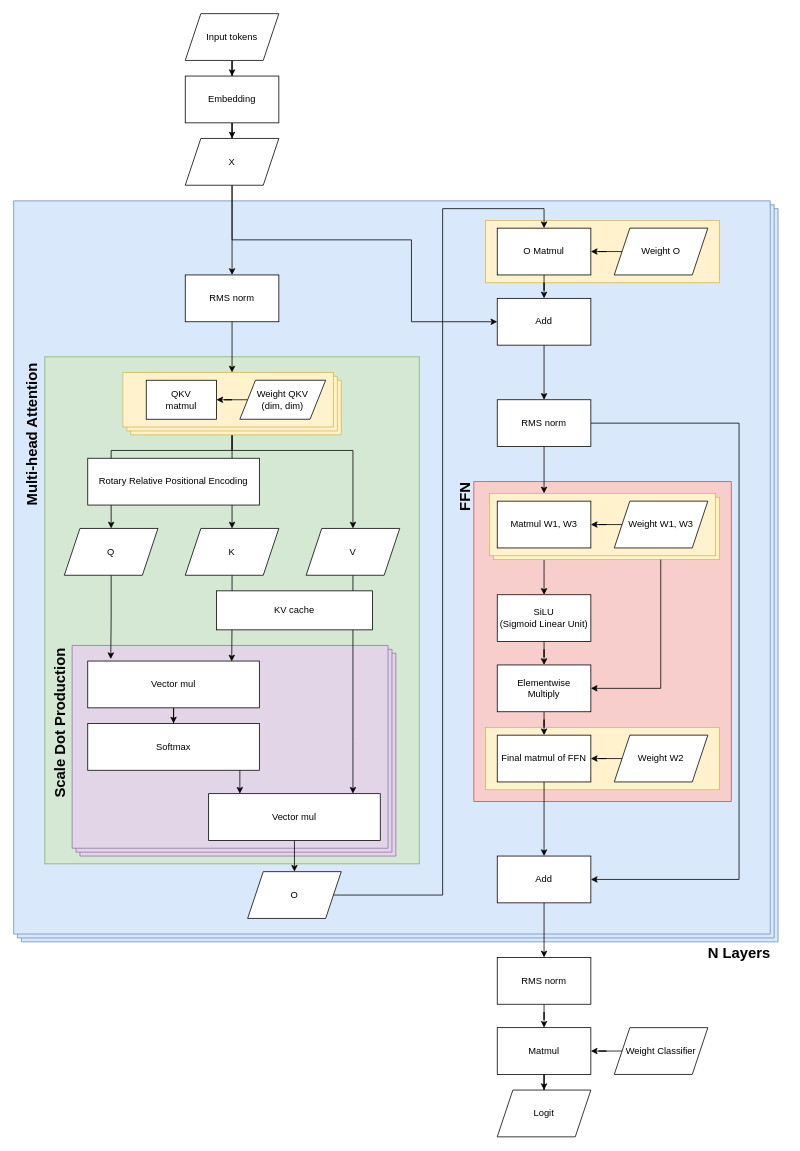
This is page "Page-1" (1 of 2) of llama2.c.drawio from yw9865/drawio, a draw.io file, before an edit. Source tidied: cells renumbered, new cells numbered last; positions are measured from the earlier drawing's top-left corner, leaving out a move shared by most shapes. Both pictures are drawn from the tidied source at 78%, with x=0, y=0 at pixel (-49, 13).
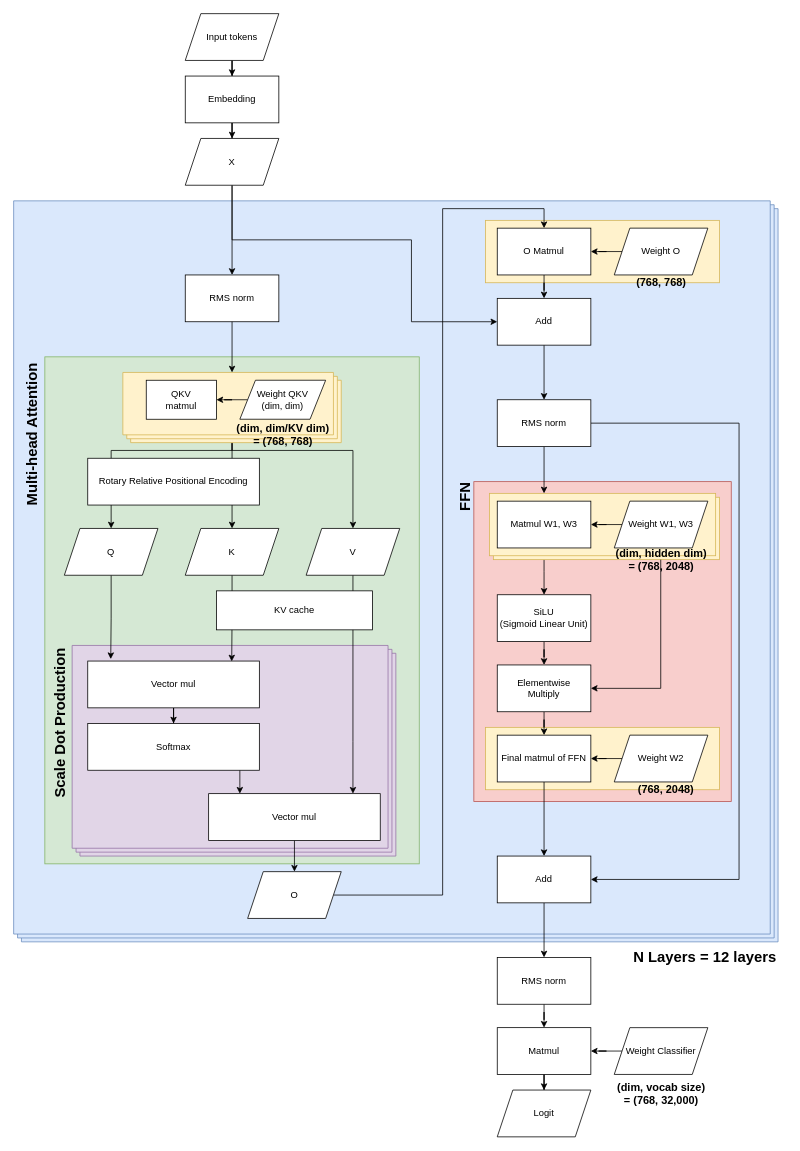
Above is the later version.

Commit message:
llama2.c: Add matrices dimensions

Change to the diagram source:
```diff
@@
     <mxCell id="22" style="verticalLabelPosition=middle;verticalAlign=middle;html=1;shape=mxgraph.basic.layered_rect;dx=10;outlineConnect=0;whiteSpace=wrap;horizontal=1;labelPosition=center;align=center;fillColor=#fff2cc;strokeColor=#d6b656;" parent="1" vertex="1">
-      <mxGeometry x="220" y="460" width="280" height="80" as="geometry" />
+      <mxGeometry x="220" y="460" width="280" height="90" as="geometry" />
     </mxCell>
@@
-    <mxCell id="73" value="&lt;font size=&quot;1&quot; style=&quot;&quot;&gt;&lt;b style=&quot;font-size: 19px;&quot;&gt;N Layers&lt;/b&gt;&lt;/font&gt;" style="text;html=1;align=center;verticalAlign=middle;strokeColor=none;fillColor=none;" parent="1" vertex="1">
-      <mxGeometry x="960" y="1185" width="100" height="40" as="geometry" />
+    <mxCell id="73" value="&lt;font size=&quot;1&quot; style=&quot;&quot;&gt;&lt;b style=&quot;font-size: 19px;&quot;&gt;N Layers&amp;nbsp;&lt;/b&gt;&lt;/font&gt;&lt;b style=&quot;background-color: initial; font-size: 19px;&quot;&gt;= 12 layers&lt;/b&gt;" style="text;html=1;align=center;verticalAlign=middle;strokeColor=none;fillColor=none;" parent="1" vertex="1">
+      <mxGeometry x="861" y="1190" width="210" height="40" as="geometry" />
     </mxCell>
@@
+    <mxCell id="77" value="&lt;b&gt;&lt;font style=&quot;font-size: 14px;&quot;&gt;(dim, dim/KV dim)&lt;br&gt;= (768, 768)&lt;/font&gt;&lt;/b&gt;" style="text;html=1;align=center;verticalAlign=middle;strokeColor=none;fillColor=none;" parent="1" vertex="1">
+      <mxGeometry x="355" y="515" width="140" height="50" as="geometry" />
+    </mxCell>
+    <mxCell id="78" value="&lt;b&gt;&lt;font style=&quot;font-size: 14px;&quot;&gt;(768, 768)&lt;/font&gt;&lt;/b&gt;" style="text;html=1;align=center;verticalAlign=middle;strokeColor=none;fillColor=none;" parent="1" vertex="1">
+      <mxGeometry x="865" y="330" width="90" height="30" as="geometry" />
+    </mxCell>
+    <mxCell id="79" value="&lt;div&gt;&lt;b&gt;&lt;font style=&quot;font-size: 14px;&quot;&gt;(dim, hidden dim)&lt;/font&gt;&lt;/b&gt;&lt;/div&gt;&lt;b&gt;&lt;font style=&quot;font-size: 14px;&quot;&gt;= (768, 2048)&lt;/font&gt;&lt;/b&gt;" style="text;html=1;align=center;verticalAlign=middle;strokeColor=none;fillColor=none;" parent="1" vertex="1">
+      <mxGeometry x="840" y="675" width="140" height="50" as="geometry" />
+    </mxCell>
+    <mxCell id="80" value="&lt;b&gt;&lt;font style=&quot;font-size: 14px;&quot;&gt;(768, 2048)&lt;/font&gt;&lt;/b&gt;" style="text;html=1;align=center;verticalAlign=middle;strokeColor=none;fillColor=none;" parent="1" vertex="1">
+      <mxGeometry x="866" y="980" width="100" height="30" as="geometry" />
+    </mxCell>
+    <mxCell id="81" value="&lt;div&gt;&lt;span style=&quot;font-size: 14px;&quot;&gt;&lt;b&gt;(dim, vocab size)&lt;/b&gt;&lt;/span&gt;&lt;/div&gt;&lt;b&gt;&lt;font style=&quot;font-size: 14px;&quot;&gt;= (768, 32,000)&lt;/font&gt;&lt;/b&gt;" style="text;html=1;align=center;verticalAlign=middle;strokeColor=none;fillColor=none;" parent="1" vertex="1">
+      <mxGeometry x="840" y="1360" width="140" height="50" as="geometry" />
+    </mxCell>
```
